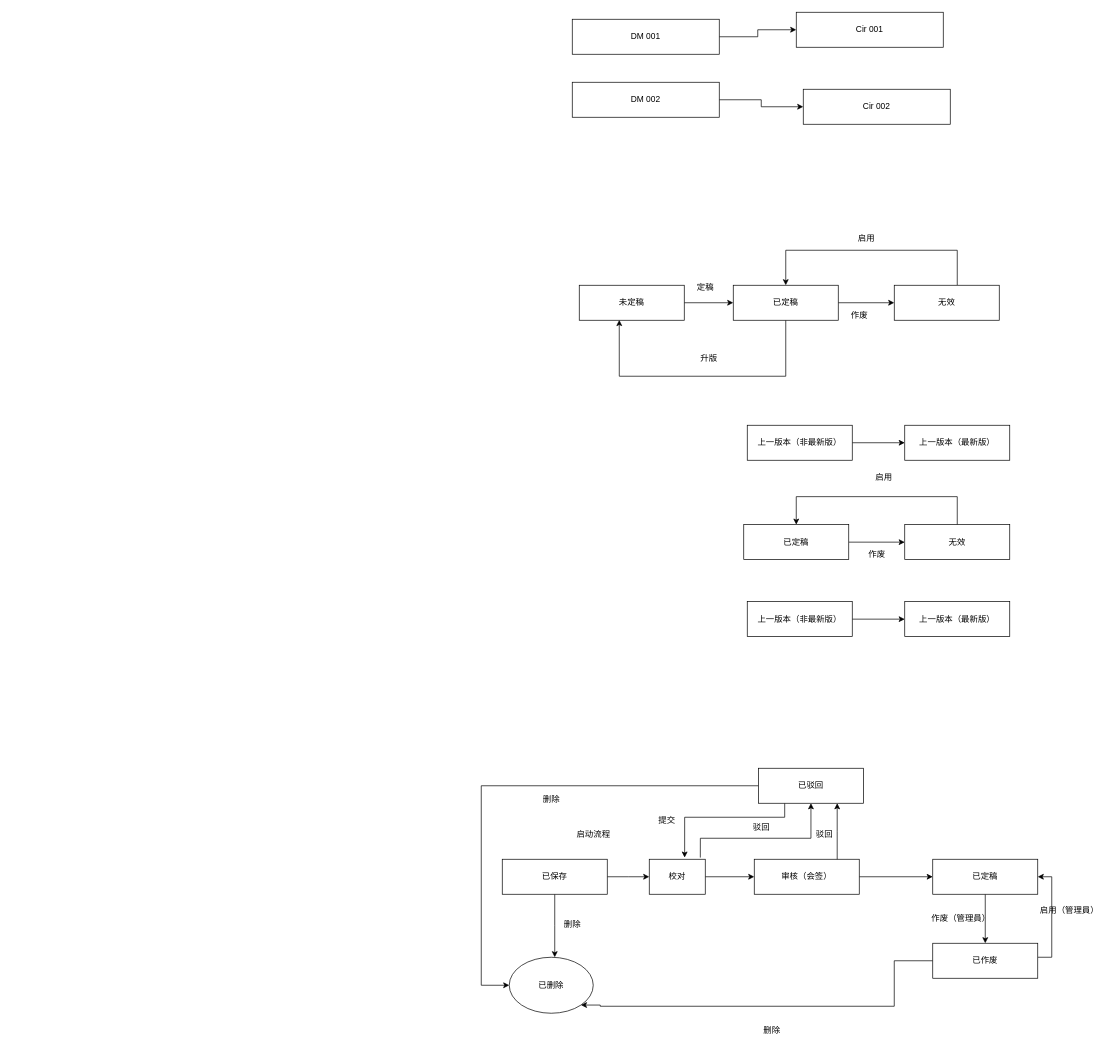
This is csdb/cir与DM的关联关系.drawio from DemonHan/KuickBuy, a draw.io file, before an edit. Source tidied: cells renumbered, new cells numbered last; positions are measured from the earlier drawing's top-left corner, leaving out a move shared by most shapes. Both pictures are drawn from the tidied source at 70%, with x=0, y=0 at pixel (481, 12).
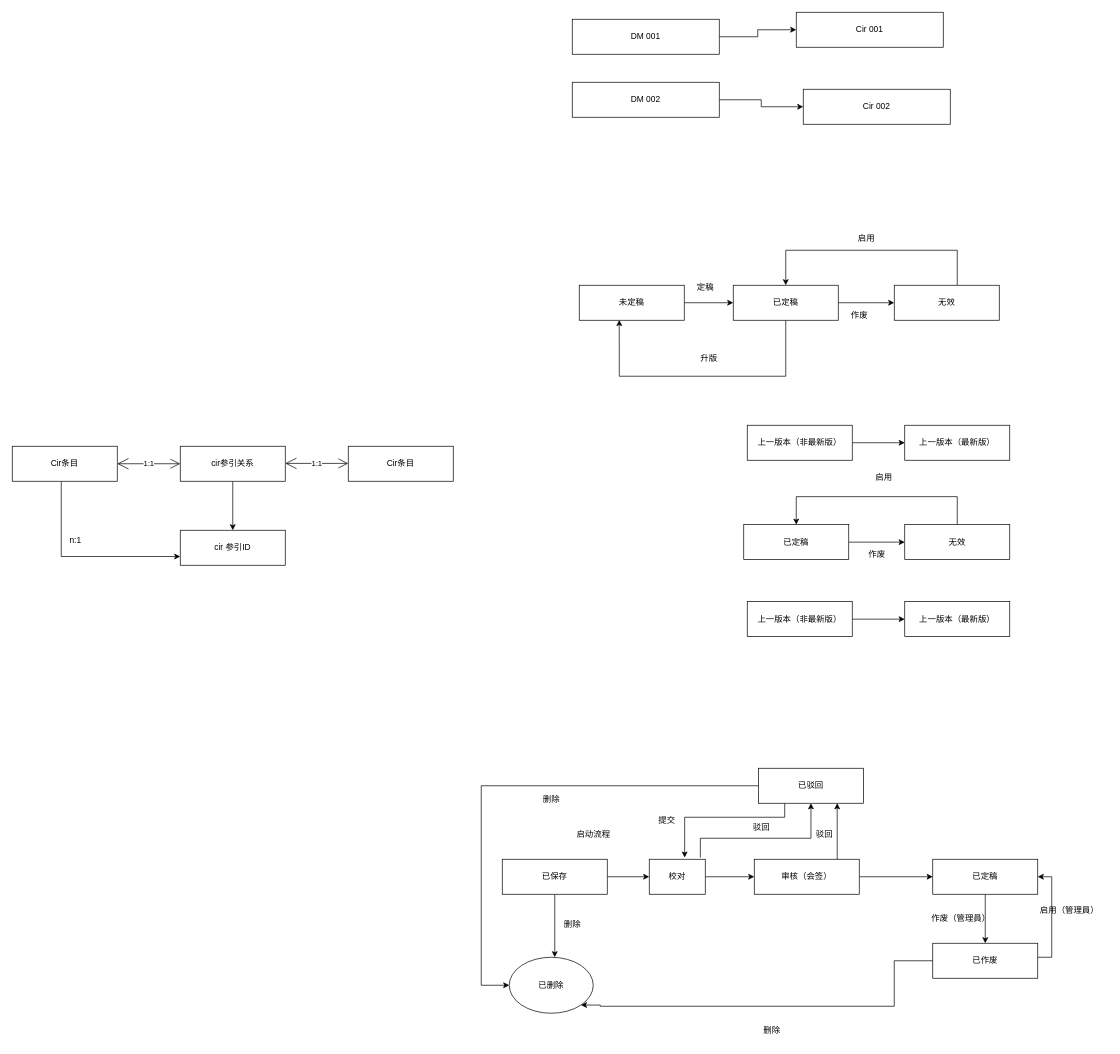
The same page after the edit.

Commit message:
更新cir与DM的关联关系.drawio

Change to the diagram source:
```diff
@@
+    <mxCell id="58" style="edgeStyle=orthogonalEdgeStyle;rounded=0;jettySize=auto;html=1;entryX=0;entryY=0.75;entryDx=0;entryDy=0;" parent="1" edge="1" source="59" target="65">
+      <mxGeometry relative="1" as="geometry">
+        <Array as="points">
+          <mxPoint x="-600" y="778" />
+        </Array>
+      </mxGeometry>
+    </mxCell>
+    <mxCell id="59" value="Cir条目" style="rounded=0;whiteSpace=wrap;html=1;" parent="1" vertex="1">
+      <mxGeometry x="-670" y="620" width="150" height="50" as="geometry" />
+    </mxCell>
+    <mxCell id="60" style="edgeStyle=orthogonalEdgeStyle;rounded=0;jettySize=auto;html=1;entryX=0.5;entryY=0;entryDx=0;entryDy=0;" parent="1" edge="1" source="61" target="65">
+      <mxGeometry relative="1" as="geometry" />
+    </mxCell>
+    <mxCell id="61" value="cir参引关系" style="rounded=0;whiteSpace=wrap;html=1;" parent="1" vertex="1">
+      <mxGeometry x="-430" y="620" width="150" height="50" as="geometry" />
+    </mxCell>
+    <mxCell id="62" value="Cir条目" style="rounded=0;whiteSpace=wrap;html=1;" parent="1" vertex="1">
+      <mxGeometry x="-190" y="620" width="150" height="50" as="geometry" />
+    </mxCell>
+    <mxCell id="63" value="1:1" style="endArrow=open;html=1;endSize=12;startArrow=open;startSize=14;startFill=0;edgeStyle=orthogonalEdgeStyle;rounded=0;entryX=0;entryY=0.5;entryDx=0;entryDy=0;exitX=1;exitY=0.5;exitDx=0;exitDy=0;" parent="1" edge="1" source="59" target="61">
+      <mxGeometry relative="1" as="geometry" />
+    </mxCell>
+    <mxCell id="64" value="1:1" style="endArrow=open;html=1;endSize=12;startArrow=open;startSize=14;startFill=0;edgeStyle=orthogonalEdgeStyle;rounded=0;entryX=0;entryY=0.5;entryDx=0;entryDy=0;exitX=1;exitY=0.5;exitDx=0;exitDy=0;" parent="1" edge="1">
+      <mxGeometry relative="1" as="geometry">
+        <mxPoint x="-280" y="644.5" as="sourcePoint" />
+        <mxPoint x="-190" y="644.5" as="targetPoint" />
+      </mxGeometry>
+    </mxCell>
+    <mxCell id="65" value="cir 参引ID" style="rounded=0;whiteSpace=wrap;html=1;" parent="1" vertex="1">
+      <mxGeometry x="-430" y="740" width="150" height="50" as="geometry" />
+    </mxCell>
+    <mxCell id="66" value="n:1" style="text;html=1;align=center;verticalAlign=middle;strokeColor=none;fillColor=none;" parent="1" vertex="1">
+      <mxGeometry x="-600" y="740" width="40" height="30" as="geometry" />
+    </mxCell>
```
